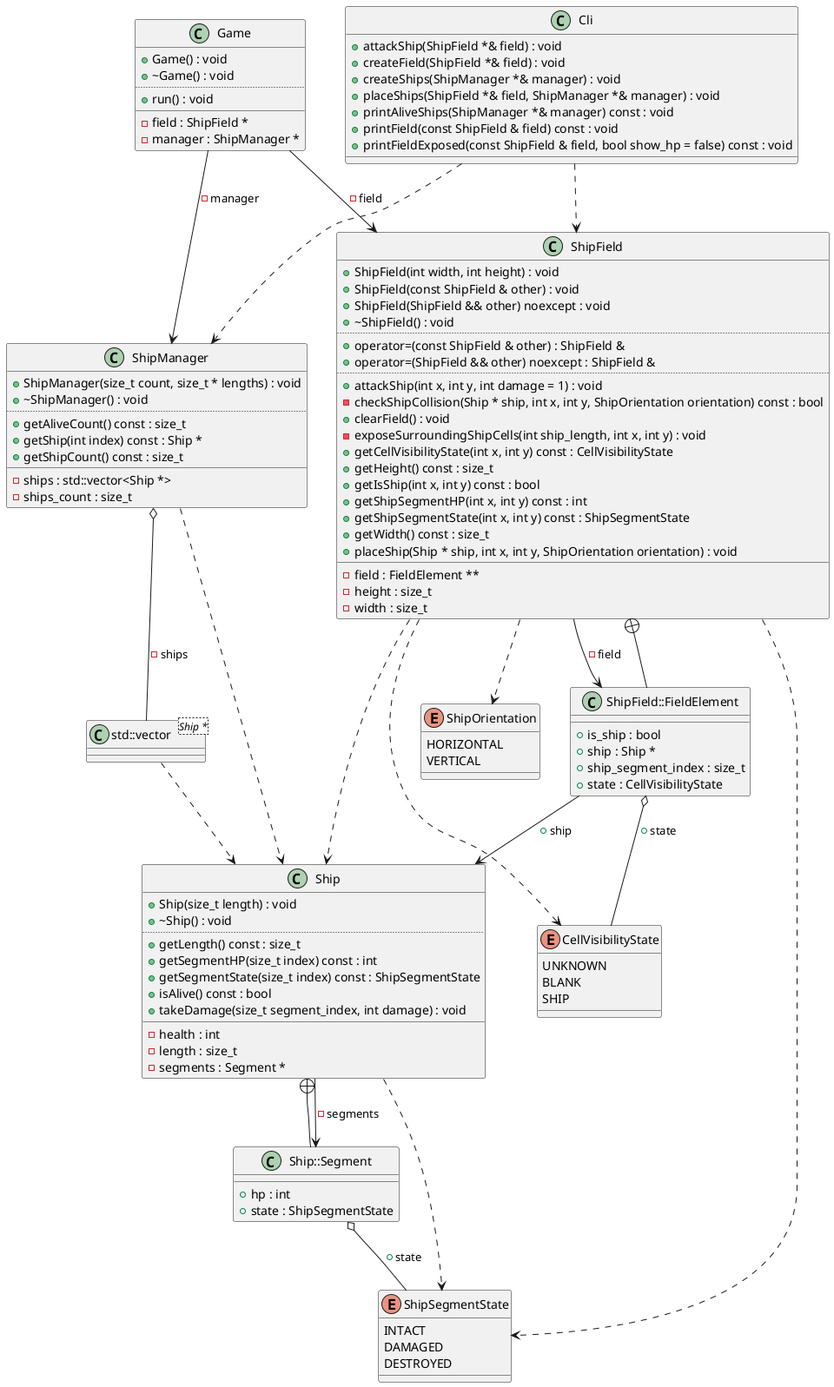
Above: diagrams/Game.png in Rennelv/ships (PlantUML), before the change.
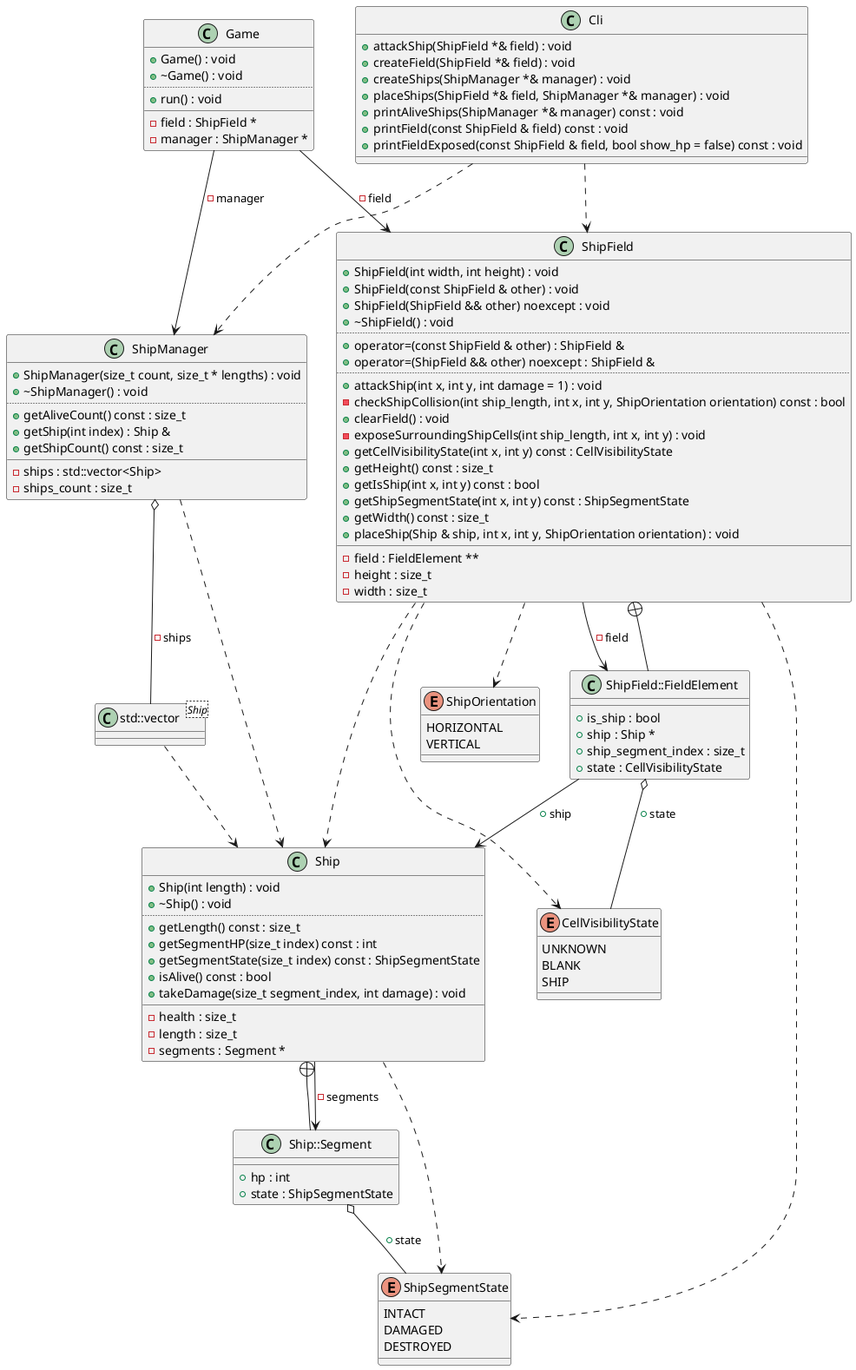
The same diagram one commit later.

The edit, as a diff of the source:
```diff
@@ -1,6 +1,6 @@
 @startuml
-class "std::vector<Ship *>" as C_0007462257846685508834
-class C_0007462257846685508834 {
+class "std::vector<Ship>" as C_0010668212532447068380
+class C_0010668212532447068380 {
 __
 }
 enum "ShipSegmentState" as C_0014256742677139282670
@@ -22,7 +22,7 @@
 }
 class "Ship" as C_0014529657433315016423
 class C_0014529657433315016423 {
-+Ship(size_t length) : void
++Ship(int length) : void
 +~Ship() : void
 ..
 +getLength() const : size_t
@@ -31,7 +31,7 @@
 +isAlive() const : bool
 +takeDamage(size_t segment_index, int damage) : void
 __
--health : int
+-health : size_t
 -length : size_t
 -segments : Segment *
 }
@@ -52,16 +52,15 @@
 +operator=(ShipField && other) noexcept : ShipField &
 ..
 +attackShip(int x, int y, int damage = 1) : void
--checkShipCollision(Ship * ship, int x, int y, ShipOrientation orientation) const : bool
+-checkShipCollision(int ship_length, int x, int y, ShipOrientation orientation) const : bool
 +clearField() : void
 -exposeSurroundingShipCells(int ship_length, int x, int y) : void
 +getCellVisibilityState(int x, int y) const : CellVisibilityState
 +getHeight() const : size_t
 +getIsShip(int x, int y) const : bool
-+getShipSegmentHP(int x, int y) const : int
 +getShipSegmentState(int x, int y) const : ShipSegmentState
 +getWidth() const : size_t
-+placeShip(Ship * ship, int x, int y, ShipOrientation orientation) : void
++placeShip(Ship & ship, int x, int y, ShipOrientation orientation) : void
 __
 -field : FieldElement **
 -height : size_t
@@ -81,10 +80,10 @@
 +~ShipManager() : void
 ..
 +getAliveCount() const : size_t
-+getShip(int index) const : Ship *
++getShip(int index) : Ship &
 +getShipCount() const : size_t
 __
--ships : std::vector<Ship *>
+-ships : std::vector<Ship>
 -ships_count : size_t
 }
 class "Game" as C_0017470460303031448044
@@ -108,21 +107,21 @@
 +printFieldExposed(const ShipField & field, bool show_hp = false) const : void
 __
 }
-C_0007462257846685508834 ..> C_0014529657433315016423
+C_0010668212532447068380 ..> C_0014529657433315016423
 C_0014529657433315016423 ..> C_0014256742677139282670
 C_0014529657433315016423 --> C_0000674658759292391449 : -segments
 C_0000674658759292391449 --+ C_0014529657433315016423
 C_0000674658759292391449 o-- C_0014256742677139282670 : +state
-C_0003843296779074973901 ..> C_0014529657433315016423
 C_0003843296779074973901 ..> C_0002579181642537833876
 C_0003843296779074973901 ..> C_0003333043679234439357
 C_0003843296779074973901 ..> C_0014256742677139282670
+C_0003843296779074973901 ..> C_0014529657433315016423
 C_0003843296779074973901 --> C_0000316359785794417378 : -field
 C_0000316359785794417378 --+ C_0003843296779074973901
 C_0000316359785794417378 o-- C_0003333043679234439357 : +state
 C_0000316359785794417378 --> C_0014529657433315016423 : +ship
 C_0017499122254539489506 ..> C_0014529657433315016423
-C_0017499122254539489506 o-- C_0007462257846685508834 : -ships
+C_0017499122254539489506 o-- C_0010668212532447068380 : -ships
 C_0017470460303031448044 --> C_0003843296779074973901 : -field
 C_0017470460303031448044 --> C_0017499122254539489506 : -manager
 C_0009229322579776335995 ..> C_0003843296779074973901
```
